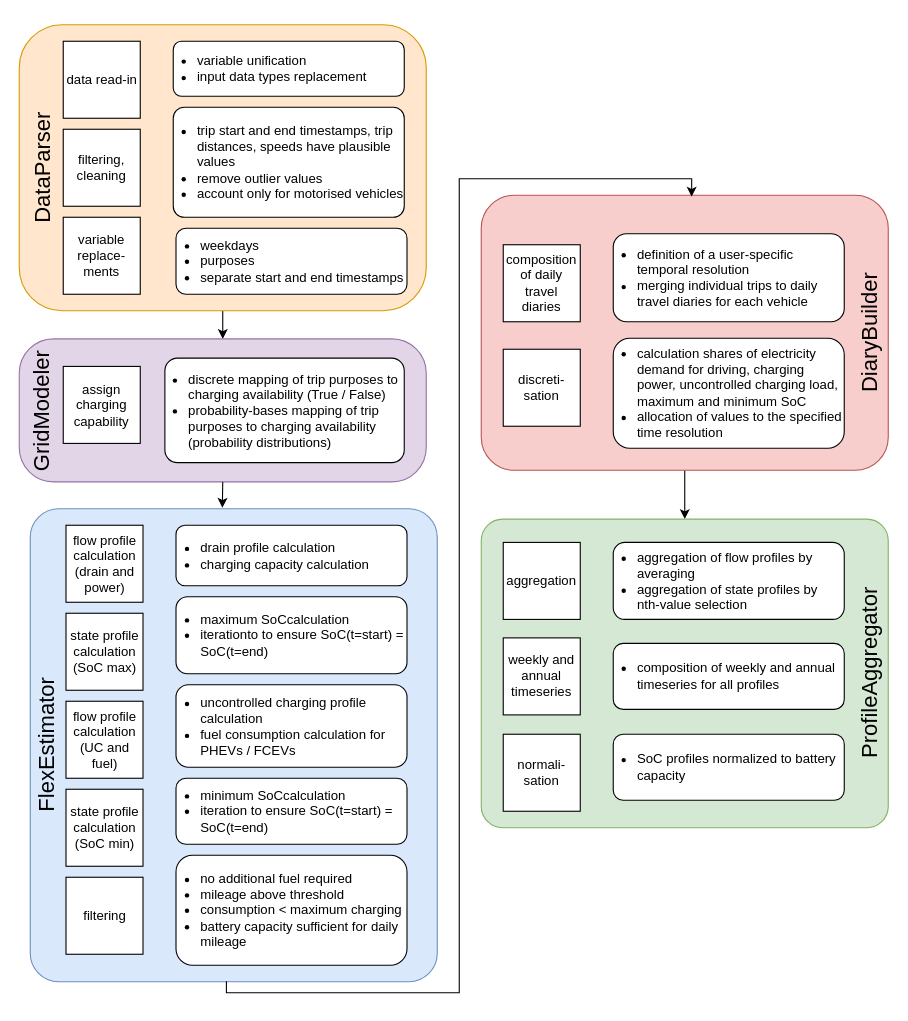
Before: docs/figures/new_vencoPy_structure.drawio in areleu/vencopy, a draw.io diagram. Source tidied: cells renumbered, new cells numbered last; positions are measured from the earlier drawing's top-left corner, leaving out a move shared by most shapes. Both pictures are drawn from the tidied source at 110%, with x=0, y=0 at pixel (-190, 24).
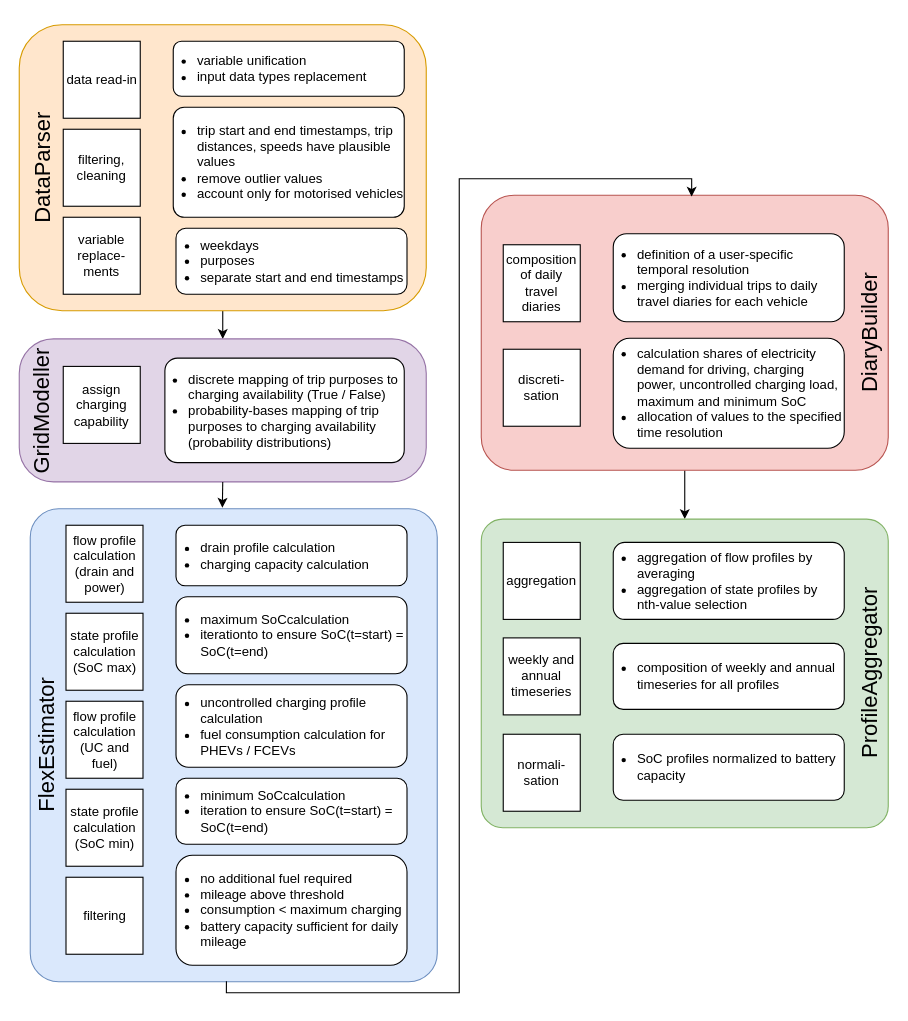
Above is the later version.

Change to the diagram source:
```diff
@@
-    <mxCell id="32" value="GridModeler" style="text;html=1;strokeColor=none;fillColor=none;align=center;verticalAlign=middle;whiteSpace=wrap;rounded=0;fontSize=20;rotation=270;" parent="1" vertex="1">
+    <mxCell id="32" value="GridModeller" style="text;html=1;strokeColor=none;fillColor=none;align=center;verticalAlign=middle;whiteSpace=wrap;rounded=0;fontSize=20;rotation=270;" parent="1" vertex="1">
       <mxGeometry x="161.9" y="341.3" width="96.2" height="20" as="geometry" />
     </mxCell>
```
